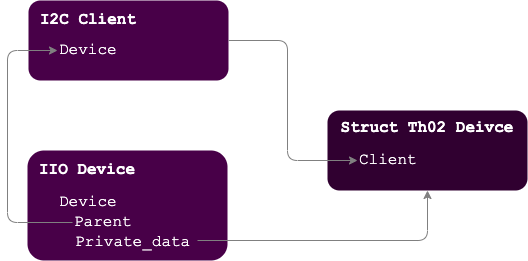
Earlier version of the draw.io export posts/i2c-driver_3.png (YuShuanHsieh/yushuanhsieh.github.io). Source tidied: cells renumbered, new cells last; positions are measured from the earlier drawing's top-left corner, leaving out a move shared by most shapes.
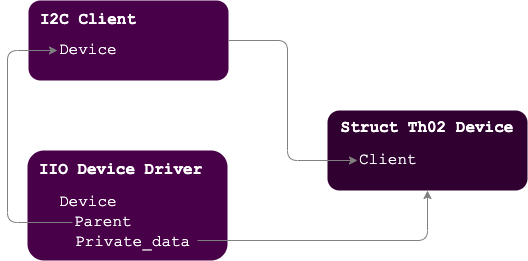
The same diagram one commit later.

Commit message:
fix some incorrect content about th02 device driver

What changed in the source:
```diff
@@ -5,8 +5,8 @@
     <mxCell id="2" style="rounded=1;whiteSpace=wrap;html=1;strokeWidth=1;fontFamily=Courier New;fontSize=14;fontColor=#333333;strokeColor=none;fillColor=#480048;" parent="1" vertex="1">
       <mxGeometry x="20" y="150" width="200" height="110" as="geometry" />
     </mxCell>
-    <mxCell id="3" value="IIO Device" style="text;html=1;strokeColor=none;fillColor=none;align=left;verticalAlign=middle;whiteSpace=wrap;rounded=0;fontFamily=Courier New;fontSize=16;fontColor=#FFFFFF;fontStyle=1;" parent="1" vertex="1">
-      <mxGeometry x="30" y="160" width="110" height="20" as="geometry" />
+    <mxCell id="3" value="IIO Device Driver" style="text;html=1;strokeColor=none;fillColor=none;align=left;verticalAlign=middle;whiteSpace=wrap;rounded=0;fontFamily=Courier New;fontSize=16;fontColor=#FFFFFF;fontStyle=1;" parent="1" vertex="1">
+      <mxGeometry x="30" y="160" width="180" height="20" as="geometry" />
     </mxCell>
     <mxCell id="4" style="rounded=1;whiteSpace=wrap;html=1;strokeWidth=1;fontFamily=Courier New;fontSize=14;fontColor=#333333;strokeColor=none;fillColor=#480048;" parent="1" vertex="1">
       <mxGeometry x="21" width="200" height="80" as="geometry" />
@@ -17,7 +17,7 @@
     <mxCell id="6" style="rounded=1;whiteSpace=wrap;html=1;strokeWidth=1;fontFamily=Courier New;fontSize=14;fontColor=#333333;strokeColor=none;fillColor=#300030;" parent="1" vertex="1">
       <mxGeometry x="320" y="110" width="200" height="80" as="geometry" />
     </mxCell>
-    <mxCell id="7" value="Struct Th02 Deivce" style="text;html=1;strokeColor=none;fillColor=none;align=center;verticalAlign=middle;whiteSpace=wrap;rounded=0;fontFamily=Courier New;fontSize=16;fontColor=#FFFFFF;fontStyle=1;" parent="1" vertex="1">
+    <mxCell id="7" value="Struct Th02 Device" style="text;html=1;strokeColor=none;fillColor=none;align=center;verticalAlign=middle;whiteSpace=wrap;rounded=0;fontFamily=Courier New;fontSize=16;fontColor=#FFFFFF;fontStyle=1;" parent="1" vertex="1">
       <mxGeometry x="325" y="118" width="190" height="20" as="geometry" />
     </mxCell>
     <mxCell id="8" value="Device" style="text;html=1;strokeColor=none;fillColor=none;align=left;verticalAlign=middle;whiteSpace=wrap;rounded=0;fontFamily=Courier New;fontSize=16;fontColor=#FFFFFF;" parent="1" vertex="1">
```
